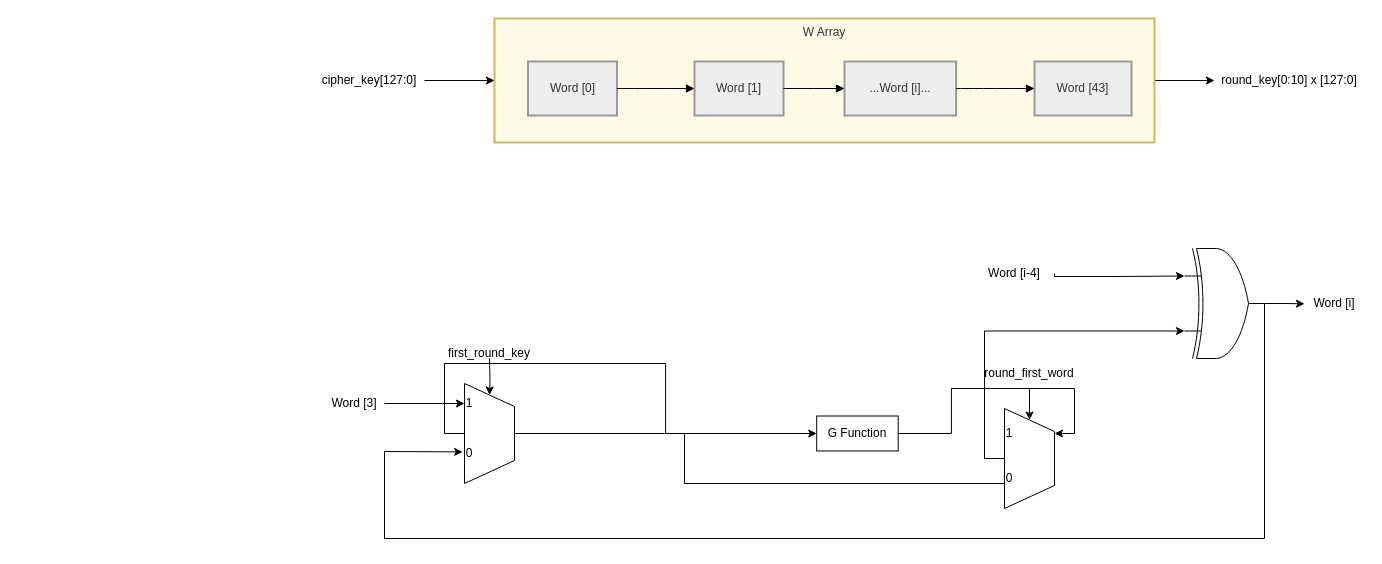
Earlier version of the draw.io diagram diagram/drawio/AESKeyExpansionLowDes.drawio (LQLManZz/AES128-Verilog). Source tidied: cells renumbered, new cells numbered last; positions are measured from the earlier drawing's top-left corner, leaving out a move shared by most shapes. Both pictures are drawn from the tidied source at 100%, with x=0, y=0 at pixel (314, 18).
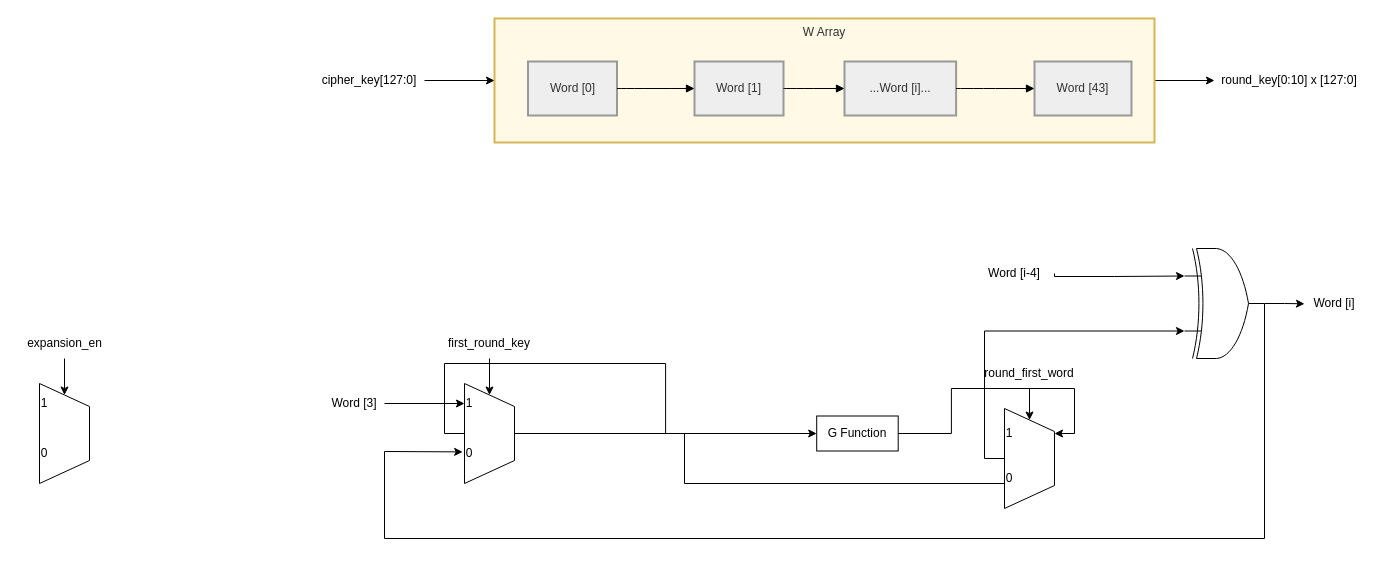
Above is the later version.

Commit message (it also covers changes not shown here):
vault backup: 2026-06-15 10:05:52

The change refers to these unchanged cells:
```xml
<mxCell id="13" style="verticalLabelPosition=middle;verticalAlign=middle;html=1;shape=trapezoid;perimeter=trapezoidPerimeter;whiteSpace=wrap;size=0.23;arcSize=10;flipV=1;labelPosition=center;align=center;legacyAnchorPoints=0;rotation=-90;" parent="1" vertex="1">
  <mxGeometry x="125" y="390" width="100" height="50" as="geometry" />
</mxCell>
```

What changed in the source:
```diff
@@
-    <mxCell id="25" style="edgeStyle=orthogonalEdgeStyle;rounded=0;jettySize=auto;html=1;exitX=0.5;exitY=1;exitDx=0;exitDy=0;" parent="1" edge="1" target="13">
-      <mxGeometry relative="1" as="geometry">
-        <mxPoint x="175" y="340" as="sourcePoint" />
-      </mxGeometry>
-    </mxCell>
+    <mxCell id="37" style="edgeStyle=orthogonalEdgeStyle;rounded=0;jettySize=auto;html=1;exitX=0.5;exitY=1;exitDx=0;exitDy=0;entryX=1;entryY=0.5;entryDx=0;entryDy=0;" parent="1" edge="1" source="26" target="13">
+      <mxGeometry relative="1" as="geometry" />
+    </mxCell>
     <mxCell id="26" value="first_round_key" style="text;html=1;whiteSpace=wrap;strokeColor=none;fillColor=none;align=center;verticalAlign=middle;rounded=0;" parent="1" vertex="1">
-      <mxGeometry x="145" y="320" width="60" height="30" as="geometry" />
+      <mxGeometry x="145" y="310" width="60" height="30" as="geometry" />
     </mxCell>
@@
+    <mxCell id="38" style="verticalLabelPosition=middle;verticalAlign=middle;html=1;shape=trapezoid;perimeter=trapezoidPerimeter;whiteSpace=wrap;size=0.23;arcSize=10;flipV=1;labelPosition=center;align=center;legacyAnchorPoints=0;rotation=-90;" parent="1" vertex="1">
+      <mxGeometry x="-300" y="390" width="100" height="50" as="geometry" />
+    </mxCell>
+    <mxCell id="39" style="edgeStyle=orthogonalEdgeStyle;rounded=0;jettySize=auto;html=1;exitX=0.5;exitY=1;exitDx=0;exitDy=0;entryX=1;entryY=0.5;entryDx=0;entryDy=0;" parent="1" edge="1" source="40" target="38">
+      <mxGeometry relative="1" as="geometry" />
+    </mxCell>
+    <mxCell id="40" value="expansion_en" style="text;html=1;whiteSpace=wrap;strokeColor=none;fillColor=none;align=center;verticalAlign=middle;rounded=0;" parent="1" vertex="1">
+      <mxGeometry x="-297.5" y="310" width="95" height="30" as="geometry" />
+    </mxCell>
+    <mxCell id="41" value="1" style="text;html=1;whiteSpace=wrap;strokeColor=none;fillColor=none;align=center;verticalAlign=middle;rounded=0;" parent="1" vertex="1">
+      <mxGeometry x="-275" y="375" width="10" height="20" as="geometry" />
+    </mxCell>
+    <mxCell id="42" value="0" style="text;html=1;whiteSpace=wrap;strokeColor=none;fillColor=none;align=center;verticalAlign=middle;rounded=0;" parent="1" vertex="1">
+      <mxGeometry x="-275" y="425" width="10" height="20" as="geometry" />
+    </mxCell>
```
